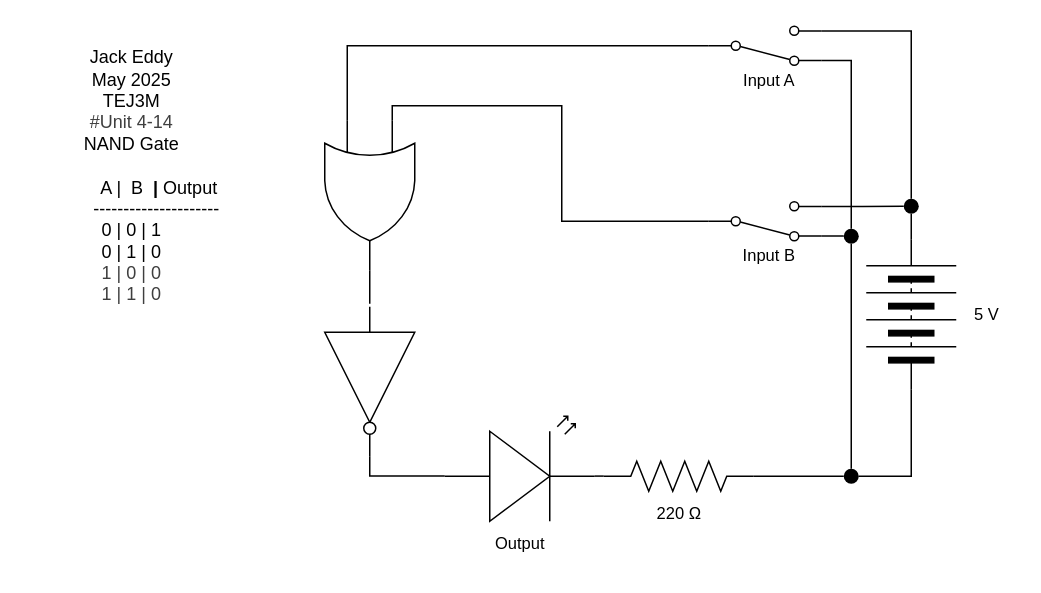
Above: Unit4-14.drawio in Jack-Eddy/TEJ3M-Unit4 (draw.io), before the change. Source tidied: cells renumbered, new cells numbered last; positions are measured from the earlier drawing's top-left corner, leaving out a move shared by most shapes. Both pictures are drawn from the tidied source at 150%, with x=0, y=0 at pixel (26, 26).
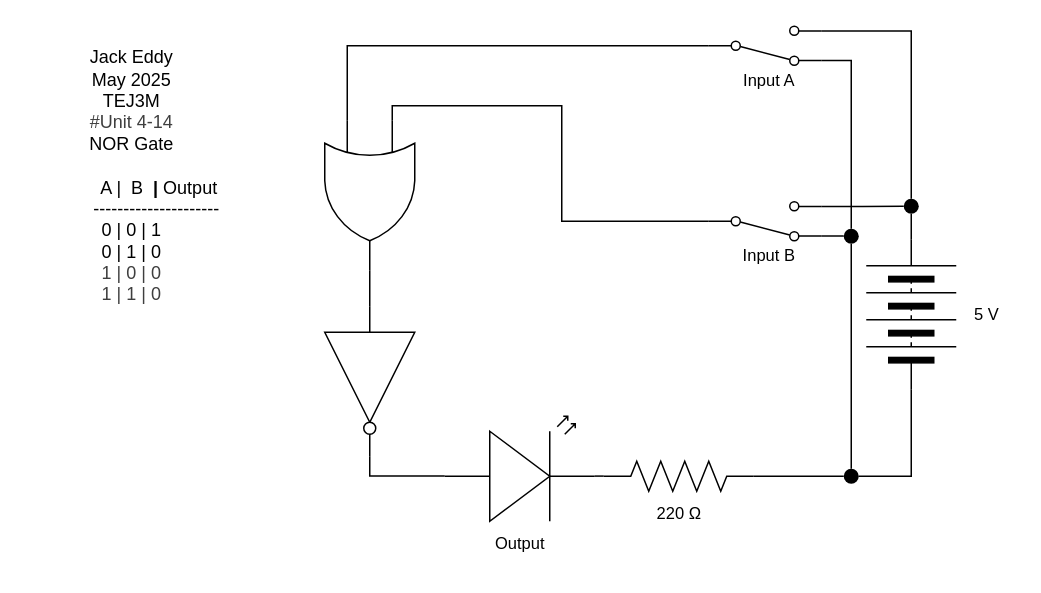
After the change.

Unchanged cells that the change refers to:
```xml
<mxCell id="25" style="verticalLabelPosition=bottom;shadow=0;dashed=0;align=center;html=1;verticalAlign=top;shape=mxgraph.electrical.logic_gates.inverter_2;fontFamily=Helvetica;fontSize=11;fontColor=default;labelBackgroundColor=default;rotation=90;" parent="1" vertex="1">
  <mxGeometry x="179" y="207" width="100" height="60" as="geometry" />
</mxCell>
<mxCell id="28" style="verticalLabelPosition=bottom;shadow=0;dashed=0;align=center;html=1;verticalAlign=top;shape=mxgraph.electrical.logic_gates.logic_gate;operation=or;rotation=90;" parent="1" vertex="1">
  <mxGeometry x="179" y="83" width="100" height="60" as="geometry" />
</mxCell>
```

Diff of the diagram source:
```diff
@@
-    <mxCell id="24" value="Jack Eddy&lt;div&gt;&lt;font color=&quot;#000000&quot;&gt;May 2025&lt;br&gt;&lt;/font&gt;&lt;div&gt;&lt;span style=&quot;background-color: transparent;&quot;&gt;TEJ3M&lt;/span&gt;&lt;/div&gt;&lt;/div&gt;&lt;div&gt;&lt;div style=&quot;color: rgb(63, 63, 63);&quot;&gt;#Unit 4-14&lt;/div&gt;&lt;/div&gt;&lt;div&gt;NAND Gate&lt;/div&gt;&lt;div&gt;&lt;br&gt;&lt;/div&gt;&lt;div&gt;&amp;nbsp; &amp;nbsp; &amp;nbsp; &amp;nbsp; &amp;nbsp; &amp;nbsp;A |&amp;nbsp; B&amp;nbsp;&amp;nbsp;&lt;b&gt;|&lt;/b&gt; Output&lt;/div&gt;&lt;div&gt;&amp;nbsp; &amp;nbsp; &amp;nbsp; &amp;nbsp; &amp;nbsp; -------&lt;span style=&quot;background-color: transparent;&quot;&gt;--------------&lt;/span&gt;&lt;/div&gt;&lt;div&gt;0 | 0 | 1&lt;/div&gt;&lt;div&gt;0 | 1 | 0&lt;/div&gt;&lt;div&gt;&lt;div style=&quot;color: rgb(63, 63, 63); scrollbar-color: rgb(226, 226, 226) rgb(251, 251, 251);&quot;&gt;1 | 0 | 0&lt;/div&gt;&lt;div style=&quot;color: rgb(63, 63, 63); scrollbar-color: rgb(226, 226, 226) rgb(251, 251, 251);&quot;&gt;1 | 1 | 0&lt;/div&gt;&lt;/div&gt;" style="text;html=1;align=center;verticalAlign=middle;strokeColor=none;fillColor=none;" parent="1" vertex="1">
+    <mxCell id="24" value="Jack Eddy&lt;div&gt;&lt;font color=&quot;#000000&quot;&gt;May 2025&lt;br&gt;&lt;/font&gt;&lt;div&gt;&lt;span style=&quot;background-color: transparent;&quot;&gt;TEJ3M&lt;/span&gt;&lt;/div&gt;&lt;/div&gt;&lt;div&gt;&lt;div style=&quot;color: rgb(63, 63, 63);&quot;&gt;#Unit 4-14&lt;/div&gt;&lt;/div&gt;&lt;div&gt;NOR Gate&lt;/div&gt;&lt;div&gt;&lt;br&gt;&lt;/div&gt;&lt;div&gt;&amp;nbsp; &amp;nbsp; &amp;nbsp; &amp;nbsp; &amp;nbsp; &amp;nbsp;A |&amp;nbsp; B&amp;nbsp;&amp;nbsp;&lt;b&gt;|&lt;/b&gt; Output&lt;/div&gt;&lt;div&gt;&amp;nbsp; &amp;nbsp; &amp;nbsp; &amp;nbsp; &amp;nbsp; -------&lt;span style=&quot;background-color: transparent;&quot;&gt;--------------&lt;/span&gt;&lt;/div&gt;&lt;div&gt;0 | 0 | 1&lt;/div&gt;&lt;div&gt;0 | 1 | 0&lt;/div&gt;&lt;div&gt;&lt;div style=&quot;color: rgb(63, 63, 63); scrollbar-color: rgb(226, 226, 226) rgb(251, 251, 251);&quot;&gt;1 | 0 | 0&lt;/div&gt;&lt;div style=&quot;color: rgb(63, 63, 63); scrollbar-color: rgb(226, 226, 226) rgb(251, 251, 251);&quot;&gt;1 | 1 | 0&lt;/div&gt;&lt;/div&gt;" style="text;html=1;align=center;verticalAlign=middle;strokeColor=none;fillColor=none;" parent="1" vertex="1">
       <mxGeometry y="5" width="140" height="190" as="geometry" />
     </mxCell>
@@
-    <mxCell id="27" style="edgeStyle=orthogonalEdgeStyle;shape=connector;rounded=0;html=1;exitX=1;exitY=0.5;exitDx=0;exitDy=0;exitPerimeter=0;strokeColor=default;align=center;verticalAlign=middle;fontFamily=Helvetica;fontSize=11;fontColor=default;labelBackgroundColor=default;endArrow=none;endFill=0;" parent="1" edge="1" source="28">
-      <mxGeometry relative="1" as="geometry">
-        <mxPoint x="229" y="185" as="targetPoint" />
-      </mxGeometry>
-    </mxCell>
@@
+    <mxCell id="31" style="edgeStyle=orthogonalEdgeStyle;shape=connector;rounded=0;html=1;exitX=1;exitY=0.5;exitDx=0;exitDy=0;exitPerimeter=0;entryX=0;entryY=0.5;entryDx=0;entryDy=0;entryPerimeter=0;strokeColor=default;align=center;verticalAlign=middle;fontFamily=Helvetica;fontSize=11;fontColor=default;labelBackgroundColor=default;endArrow=none;endFill=0;" parent="1" edge="1" source="28" target="25">
+      <mxGeometry relative="1" as="geometry" />
+    </mxCell>
```
